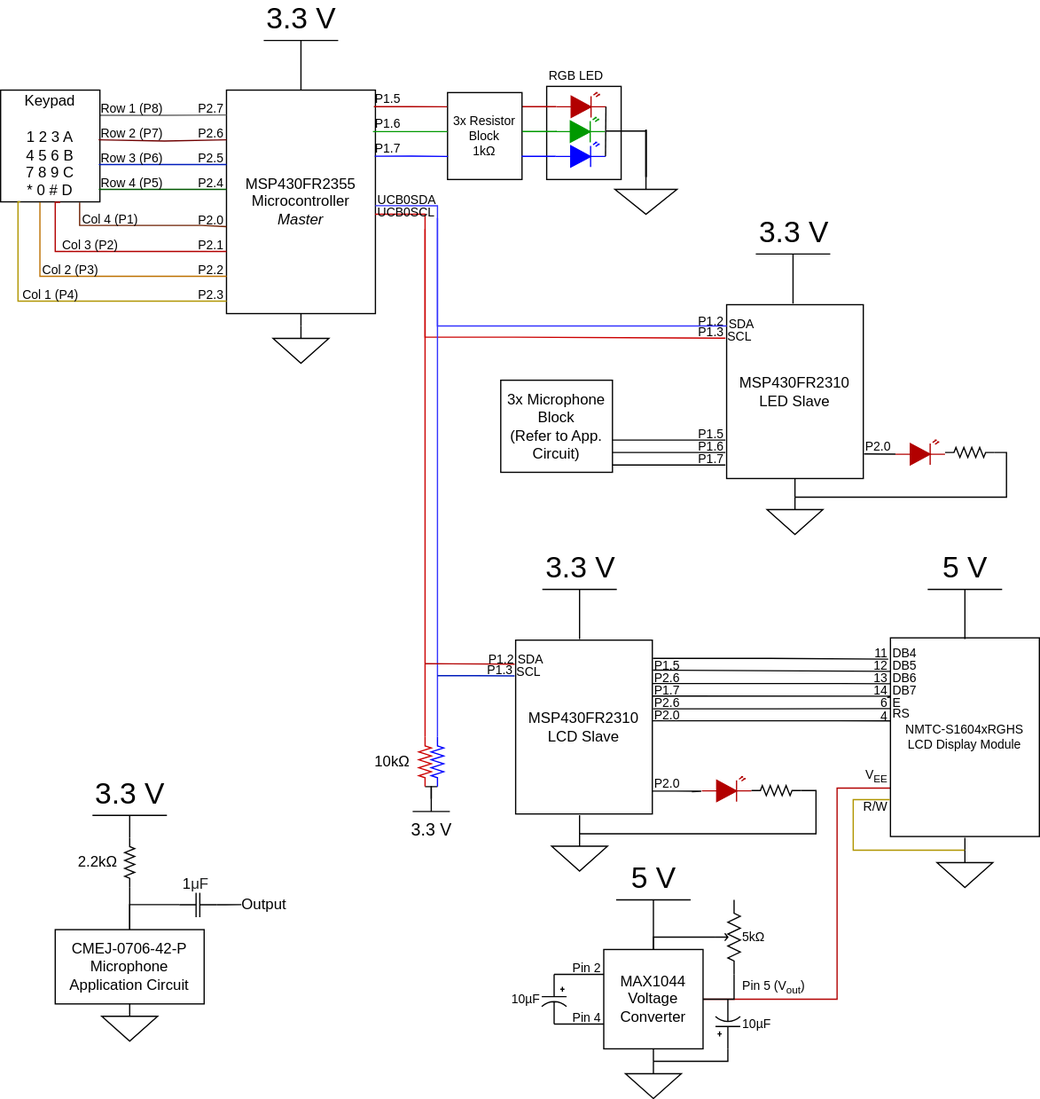
Earlier version of the draw.io export docs/assets/CircuitDiagram-gabby.svg (msu-eele-465/final-project-gabriellaLord). Source tidied: cells renumbered, new cells last; positions are measured from the earlier drawing's top-left corner, leaving out a move shared by most shapes.
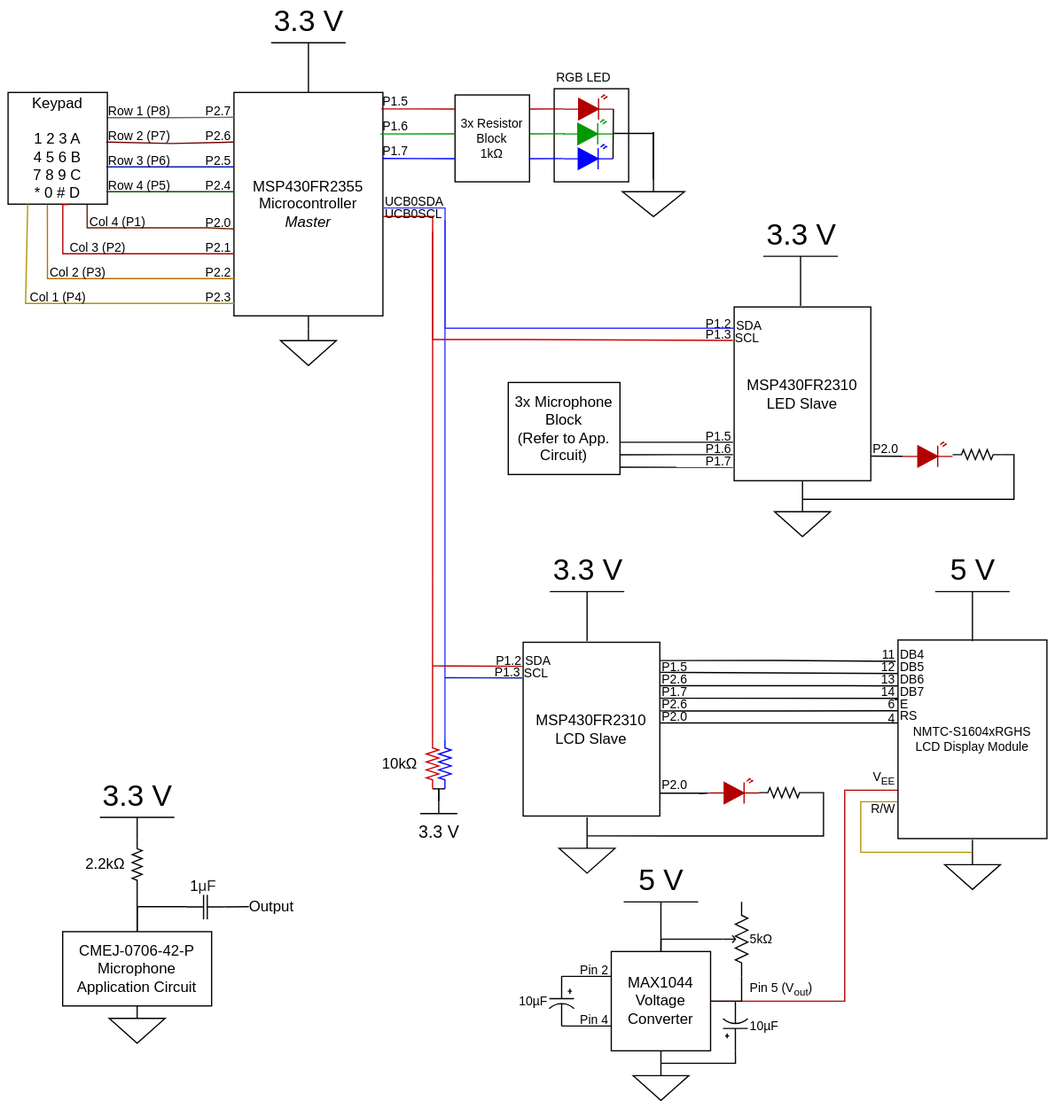
The same file after the commit.

Commit message:
Background of flowchart and circuit diagram now opaque

What changed in the source:
```diff
@@ -2,6 +2,9 @@
   <root>
     <mxCell id="0" />
     <mxCell id="1" parent="0" />
+    <mxCell id="162" style="rounded=0;whiteSpace=wrap;html=1;strokeColor=none;" parent="1" vertex="1">
+      <mxGeometry x="-6" y="-34" width="850" height="900" as="geometry" />
+    </mxCell>
     <mxCell id="2" value="MSP430FR2310&lt;br&gt;LED Slave" style="rounded=0;whiteSpace=wrap;html=1;" parent="1" vertex="1">
       <mxGeometry x="585" y="212.8" width="110.1" height="140" as="geometry" />
     </mxCell>
```
